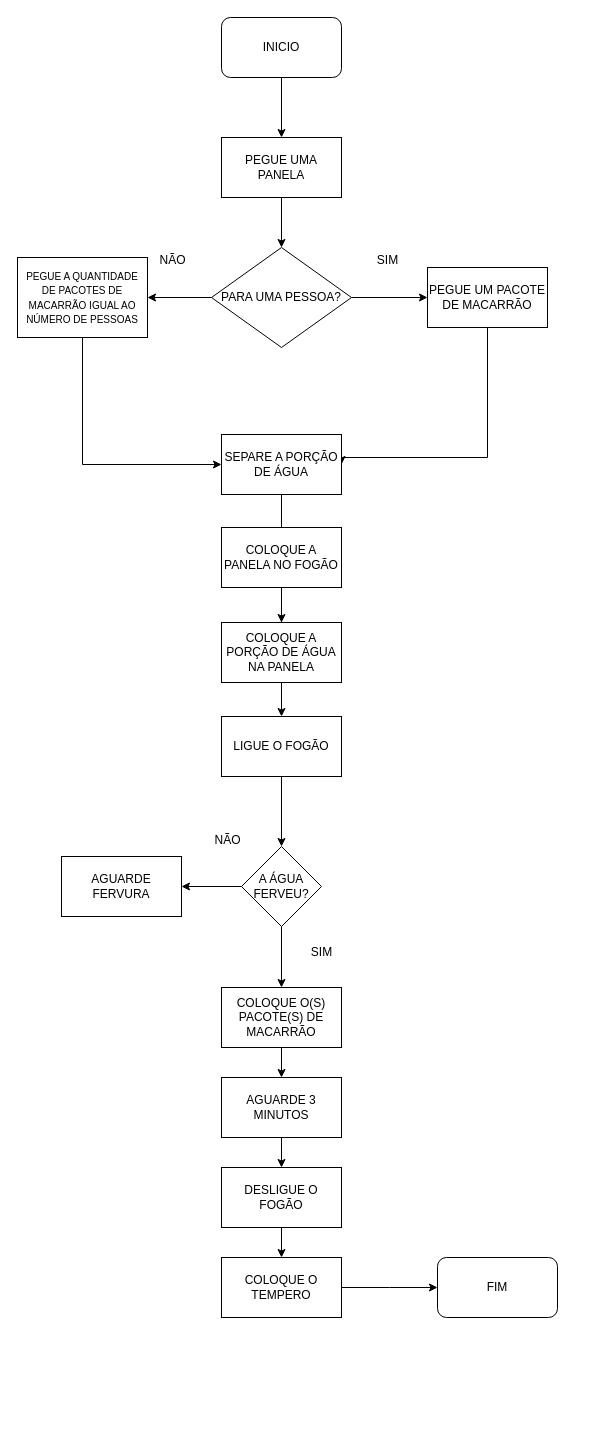
Hernandes01/Hernandes01 keeps this draw.io diagram as REFEIÇÃO.drawio. Above is the earlier version. Source tidied: cells renumbered, new cells numbered last; positions are measured from the earlier drawing's top-left corner, leaving out a move shared by most shapes. Both pictures are drawn from the tidied source at 100%, with x=0, y=0 at pixel (17, 17).
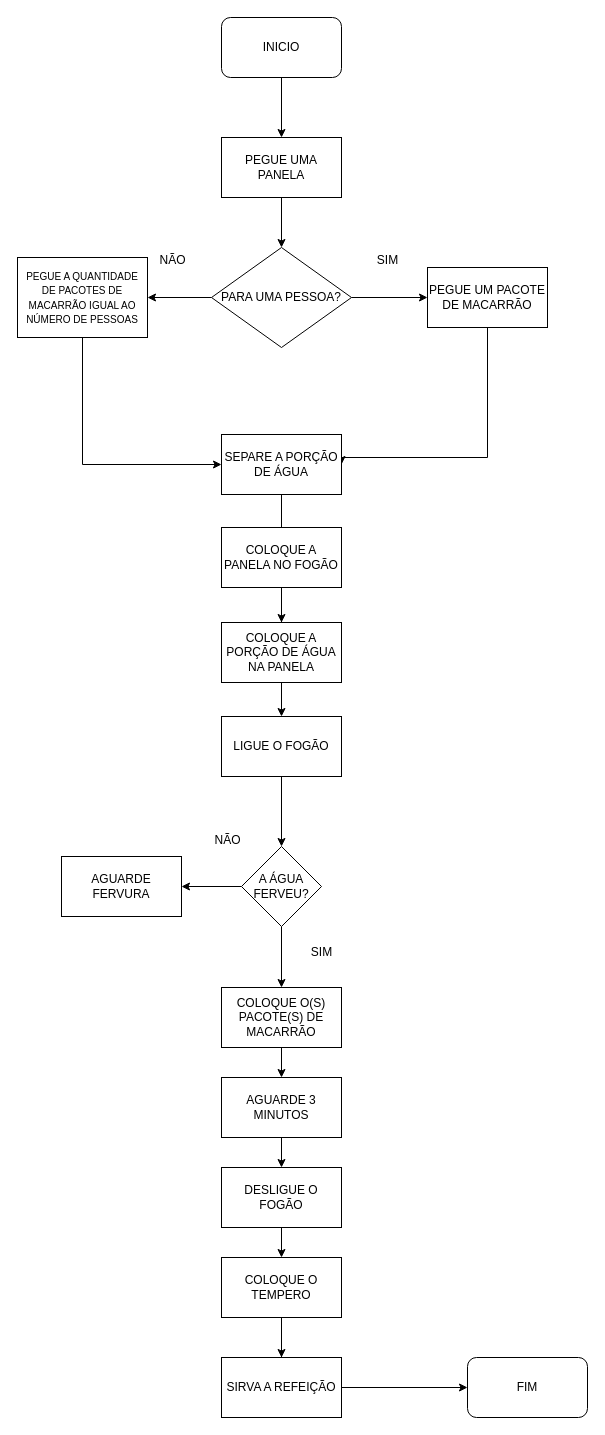
The same page after the edit.

Unchanged cells that the change refers to:
```xml
<mxCell id="35" value="COLOQUE O TEMPERO" style="whiteSpace=wrap;html=1;rounded=0;" parent="1" vertex="1">
  <mxGeometry x="204" y="1240" width="120" height="60" as="geometry" />
</mxCell>
```

What changed in the source:
```diff
@@
-    <mxCell id="34" style="edgeStyle=orthogonalEdgeStyle;rounded=0;jettySize=auto;html=1;" parent="1" edge="1" source="35">
+    <mxCell id="34" style="edgeStyle=orthogonalEdgeStyle;rounded=0;jettySize=auto;html=1;entryX=0;entryY=0.5;entryDx=0;entryDy=0;" parent="1" edge="1" source="35" target="36">
       <mxGeometry relative="1" as="geometry">
-        <mxPoint x="420" y="1270" as="targetPoint" />
+        <Array as="points">
+          <mxPoint x="264" y="1380" />
+          <mxPoint x="310" y="1380" />
+          <mxPoint x="310" y="1370" />
+        </Array>
       </mxGeometry>
     </mxCell>
+    <mxCell id="37" style="edgeStyle=orthogonalEdgeStyle;rounded=0;jettySize=auto;html=1;" parent="1" edge="1" source="35" target="38">
+      <mxGeometry relative="1" as="geometry" />
+    </mxCell>
@@
     <mxCell id="36" value="FIM" style="rounded=1;whiteSpace=wrap;html=1;" parent="1" vertex="1">
-      <mxGeometry x="420" y="1240" width="120" height="60" as="geometry" />
+      <mxGeometry x="450" y="1340" width="120" height="60" as="geometry" />
     </mxCell>
+    <mxCell id="38" value="SIRVA A REFEIÇÃO" style="whiteSpace=wrap;html=1;rounded=0;" parent="1" vertex="1">
+      <mxGeometry x="204" y="1340" width="120" height="60" as="geometry" />
+    </mxCell>
```
